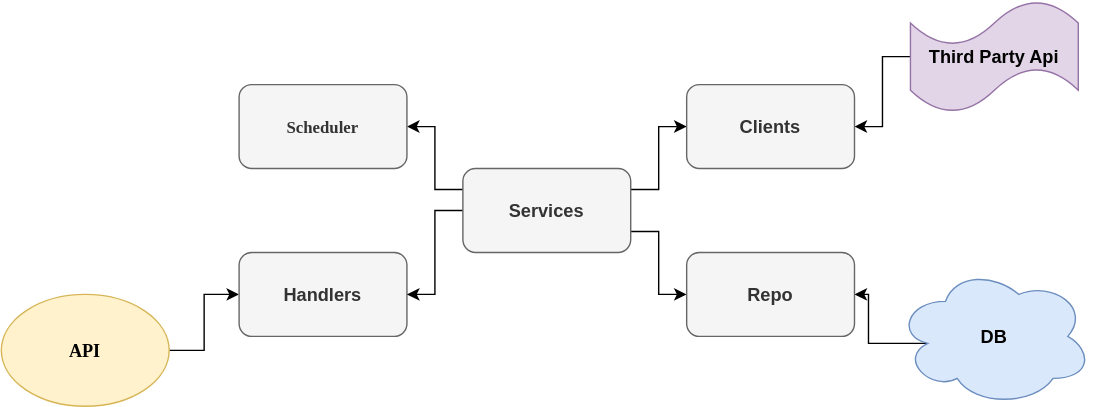
This is docs/architecture_scheme.svg from GenesisEducationKyiv/software-engineering-school-4-0-RinaDish, a draw.io export, as it was before one commit. Source tidied: cells renumbered, new cells last; positions are measured from the earlier drawing's top-left corner, leaving out a move shared by most shapes.
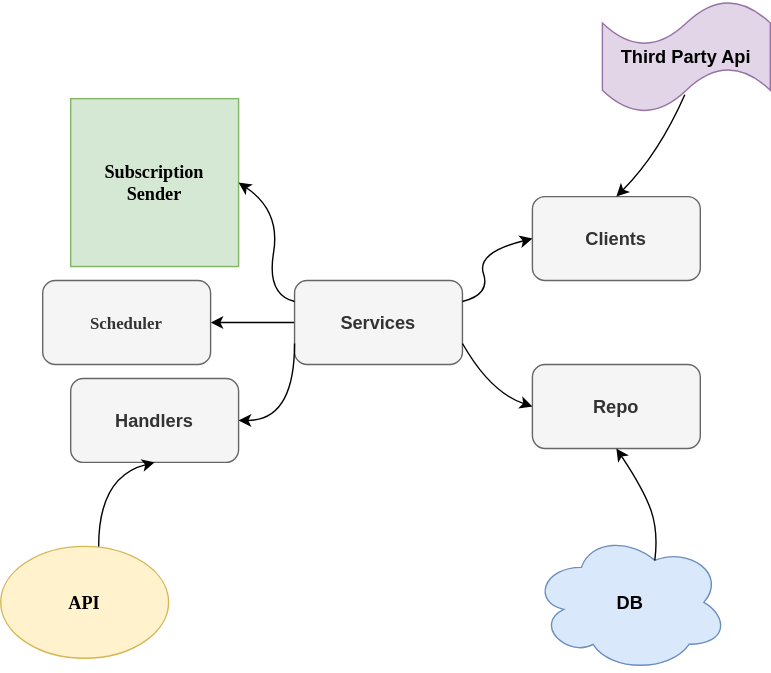
After the change.

What changed in the source:
```diff
@@ -2,50 +2,90 @@
   <root>
     <mxCell id="0" />
     <mxCell id="1" parent="0" />
-    <mxCell id="2" style="edgeStyle=orthogonalEdgeStyle;rounded=0;jettySize=auto;html=1;exitX=0.16;exitY=0.55;exitDx=0;exitDy=0;exitPerimeter=0;" parent="1" edge="1" source="3" target="15">
-      <mxGeometry relative="1" as="geometry" />
-    </mxCell>
     <mxCell id="3" value="DB" style="ellipse;shape=cloud;whiteSpace=wrap;html=1;fillColor=#dae8fc;strokeColor=#6c8ebf;fontStyle=1;fontSize=13;" parent="1" vertex="1">
-      <mxGeometry x="640" y="190" width="140" height="100" as="geometry" />
+      <mxGeometry x="500" y="300" width="140" height="100" as="geometry" />
     </mxCell>
-    <mxCell id="4" style="edgeStyle=orthogonalEdgeStyle;rounded=0;jettySize=auto;html=1;exitX=0;exitY=0.5;exitDx=0;exitDy=0;exitPerimeter=0;entryX=1;entryY=0.5;entryDx=0;entryDy=0;" parent="1" edge="1" source="5" target="14">
-      <mxGeometry relative="1" as="geometry" />
-    </mxCell>
     <mxCell id="5" value="Third Party Api" style="shape=tape;whiteSpace=wrap;html=1;fillColor=#e1d5e7;strokeColor=#9673a6;fontStyle=1;fontSize=13;" parent="1" vertex="1">
-      <mxGeometry x="650" width="120" height="80" as="geometry" />
+      <mxGeometry x="550" y="-80" width="120" height="80" as="geometry" />
     </mxCell>
-    <mxCell id="6" style="edgeStyle=orthogonalEdgeStyle;rounded=0;jettySize=auto;html=1;exitX=1;exitY=0.5;exitDx=0;exitDy=0;" parent="1" edge="1" source="7" target="8">
-      <mxGeometry relative="1" as="geometry" />
-    </mxCell>
     <mxCell id="7" value="&lt;font face=&quot;Verdana&quot; size=&quot;1&quot;&gt;&lt;b style=&quot;font-size: 13px&quot;&gt;API&lt;/b&gt;&lt;/font&gt;" style="ellipse;whiteSpace=wrap;html=1;fillColor=#fff2cc;strokeColor=#d6b656;" parent="1" vertex="1">
-      <mxGeometry y="210" width="120" height="80" as="geometry" />
+      <mxGeometry x="120" y="310" width="120" height="80" as="geometry" />
     </mxCell>
     <mxCell id="8" value="&lt;b style=&quot;font-size: 13px;&quot;&gt;Handlers&lt;/b&gt;" style="rounded=1;whiteSpace=wrap;html=1;fillColor=#f5f5f5;fontColor=#333333;strokeColor=#666666;fontSize=13;" parent="1" vertex="1">
-      <mxGeometry x="170" y="180" width="120" height="60" as="geometry" />
+      <mxGeometry x="170" y="190" width="120" height="60" as="geometry" />
     </mxCell>
-    <mxCell id="9" style="edgeStyle=orthogonalEdgeStyle;rounded=0;jettySize=auto;html=1;exitX=0;exitY=0.5;exitDx=0;exitDy=0;entryX=1;entryY=0.5;entryDx=0;entryDy=0;" parent="1" edge="1" source="13" target="8">
-      <mxGeometry relative="1" as="geometry" />
-    </mxCell>
-    <mxCell id="10" style="edgeStyle=orthogonalEdgeStyle;rounded=0;jettySize=auto;html=1;exitX=0;exitY=0.25;exitDx=0;exitDy=0;entryX=1;entryY=0.5;entryDx=0;entryDy=0;fontFamily=Verdana;fontSize=13;" parent="1" edge="1" source="13" target="16">
-      <mxGeometry relative="1" as="geometry" />
-    </mxCell>
-    <mxCell id="11" style="edgeStyle=orthogonalEdgeStyle;rounded=0;jettySize=auto;html=1;exitX=1;exitY=0.25;exitDx=0;exitDy=0;entryX=0;entryY=0.5;entryDx=0;entryDy=0;fontFamily=Verdana;fontSize=13;" parent="1" edge="1" source="13" target="14">
-      <mxGeometry relative="1" as="geometry" />
-    </mxCell>
-    <mxCell id="12" style="edgeStyle=orthogonalEdgeStyle;rounded=0;jettySize=auto;html=1;exitX=1;exitY=0.75;exitDx=0;exitDy=0;entryX=0;entryY=0.5;entryDx=0;entryDy=0;fontFamily=Verdana;fontSize=13;" parent="1" edge="1" source="13" target="15">
-      <mxGeometry relative="1" as="geometry" />
-    </mxCell>
+    <mxCell id="17" style="edgeStyle=orthogonalEdgeStyle;rounded=0;jettySize=auto;html=1;exitX=0;exitY=0.5;exitDx=0;exitDy=0;fontFamily=Verdana;fontSize=13;fontColor=#000000;" parent="1" edge="1" source="13">
+      <mxGeometry relative="1" as="geometry">
+        <mxPoint x="270" y="150" as="targetPoint" />
+      </mxGeometry>
+    </mxCell>
     <mxCell id="13" value="Services" style="rounded=1;whiteSpace=wrap;html=1;fillColor=#f5f5f5;fontColor=#333333;strokeColor=#666666;fontStyle=1;fontSize=13;" parent="1" vertex="1">
       <mxGeometry x="330" y="120" width="120" height="60" as="geometry" />
     </mxCell>
     <mxCell id="14" value="Clients" style="rounded=1;whiteSpace=wrap;html=1;fillColor=#f5f5f5;fontColor=#333333;strokeColor=#666666;fontStyle=1;fontSize=13;" parent="1" vertex="1">
-      <mxGeometry x="490" y="60" width="120" height="60" as="geometry" />
+      <mxGeometry x="500" y="60" width="120" height="60" as="geometry" />
     </mxCell>
     <mxCell id="15" value="Repo" style="rounded=1;whiteSpace=wrap;html=1;fillColor=#f5f5f5;fontColor=#333333;strokeColor=#666666;fontStyle=1;fontSize=13;" parent="1" vertex="1">
-      <mxGeometry x="490" y="180" width="120" height="60" as="geometry" />
+      <mxGeometry x="500" y="180" width="120" height="60" as="geometry" />
     </mxCell>
     <mxCell id="16" value="&lt;font style=&quot;font-size: 12px&quot;&gt;Scheduler&lt;/font&gt;" style="rounded=1;whiteSpace=wrap;html=1;fontFamily=Verdana;fontSize=13;fillColor=#f5f5f5;fontColor=#333333;strokeColor=#666666;fontStyle=1;" parent="1" vertex="1">
-      <mxGeometry x="170" y="60" width="120" height="60" as="geometry" />
+      <mxGeometry x="150" y="120" width="120" height="60" as="geometry" />
     </mxCell>
+    <mxCell id="18" value="&lt;b&gt;Subscription&lt;br&gt;Sender&lt;br&gt;&lt;/b&gt;" style="whiteSpace=wrap;html=1;fontFamily=Verdana;fontSize=13;fillColor=#d5e8d4;strokeColor=#82b366;" parent="1" vertex="1">
+      <mxGeometry x="170" y="-10" width="120" height="120" as="geometry" />
+    </mxCell>
+    <mxCell id="19" style="curved=1;endArrow=classic;html=1;rounded=0;fontFamily=Verdana;fontSize=13;fontColor=#000000;entryX=0.5;entryY=1;entryDx=0;entryDy=0;" parent="1" edge="1" target="8">
+      <mxGeometry relative="1" as="geometry">
+        <mxPoint x="190" y="310" as="sourcePoint" />
+        <Array as="points">
+          <mxPoint x="190" y="260" />
+        </Array>
+      </mxGeometry>
+    </mxCell>
+    <mxCell id="2" style="curved=1;endArrow=classic;html=1;rounded=0;fontFamily=Verdana;fontSize=13;fontColor=#000000;entryX=0.5;entryY=1;entryDx=0;entryDy=0;exitX=0.625;exitY=0.2;exitDx=0;exitDy=0;exitPerimeter=0;" parent="1" edge="1" source="3" target="15">
+      <mxGeometry relative="1" as="geometry">
+        <Array as="points">
+          <mxPoint x="590" y="300" />
+          <mxPoint x="580" y="270" />
+        </Array>
+      </mxGeometry>
+    </mxCell>
+    <mxCell id="4" style="curved=1;endArrow=classic;html=1;rounded=0;fontFamily=Verdana;fontSize=13;fontColor=#000000;exitX=0.491;exitY=0.841;exitDx=0;exitDy=0;exitPerimeter=0;entryX=0.5;entryY=0;entryDx=0;entryDy=0;" parent="1" edge="1" source="5" target="14">
+      <mxGeometry relative="1" as="geometry">
+        <Array as="points">
+          <mxPoint x="590" y="30" />
+        </Array>
+      </mxGeometry>
+    </mxCell>
+    <mxCell id="11" style="curved=1;endArrow=classic;html=1;rounded=0;fontFamily=Verdana;fontSize=13;fontColor=#000000;entryX=0;entryY=0.5;entryDx=0;entryDy=0;exitX=1;exitY=0.25;exitDx=0;exitDy=0;" parent="1" edge="1" source="13" target="14">
+      <mxGeometry relative="1" as="geometry">
+        <Array as="points">
+          <mxPoint x="470" y="130" />
+          <mxPoint x="460" y="100" />
+        </Array>
+      </mxGeometry>
+    </mxCell>
+    <mxCell id="9" style="curved=1;endArrow=classic;html=1;rounded=0;fontFamily=Verdana;fontSize=13;fontColor=#000000;entryX=1;entryY=0.5;entryDx=0;entryDy=0;exitX=0;exitY=0.75;exitDx=0;exitDy=0;" parent="1" edge="1" source="13" target="8">
+      <mxGeometry relative="1" as="geometry">
+        <Array as="points">
+          <mxPoint x="330" y="220" />
+        </Array>
+      </mxGeometry>
+    </mxCell>
+    <mxCell id="20" style="curved=1;endArrow=classic;html=1;rounded=0;fontFamily=Verdana;fontSize=13;fontColor=#000000;exitX=0;exitY=0.25;exitDx=0;exitDy=0;entryX=1;entryY=0.5;entryDx=0;entryDy=0;" parent="1" edge="1" source="13" target="18">
+      <mxGeometry relative="1" as="geometry">
+        <Array as="points">
+          <mxPoint x="310" y="130" />
+          <mxPoint x="320" y="70" />
+        </Array>
+      </mxGeometry>
+    </mxCell>
+    <mxCell id="12" style="curved=1;endArrow=classic;html=1;rounded=0;fontFamily=Verdana;fontSize=13;fontColor=#000000;exitX=1;exitY=0.75;exitDx=0;exitDy=0;entryX=0;entryY=0.5;entryDx=0;entryDy=0;" parent="1" edge="1" source="13" target="15">
+      <mxGeometry relative="1" as="geometry">
+        <Array as="points">
+          <mxPoint x="470" y="200" />
+        </Array>
+      </mxGeometry>
+    </mxCell>
   </root>
 </mxGraphModel>
```
